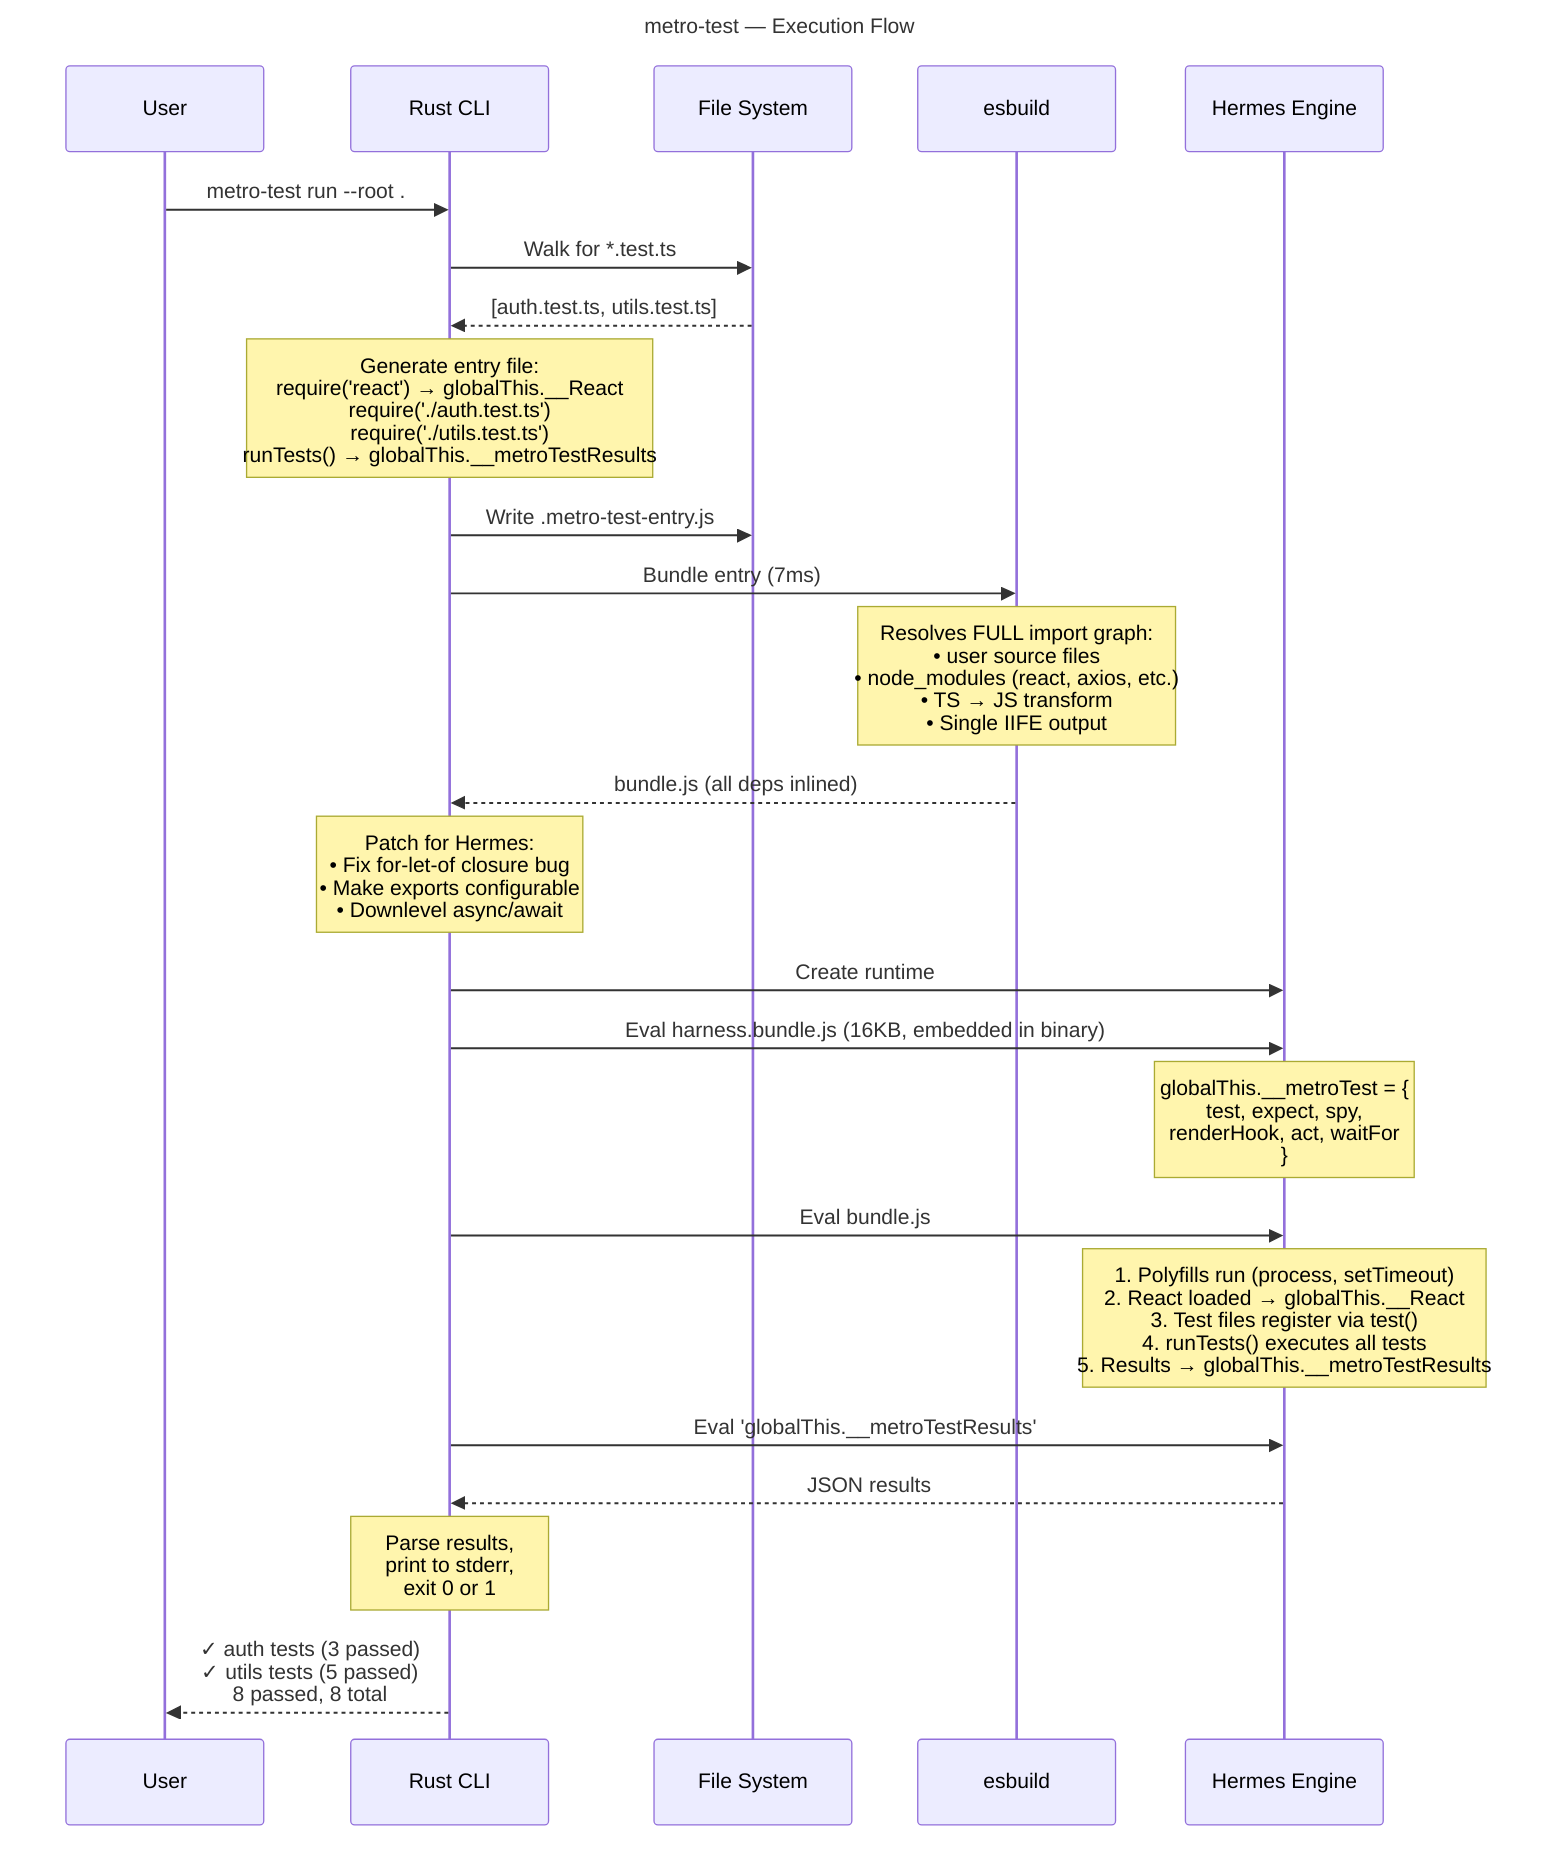
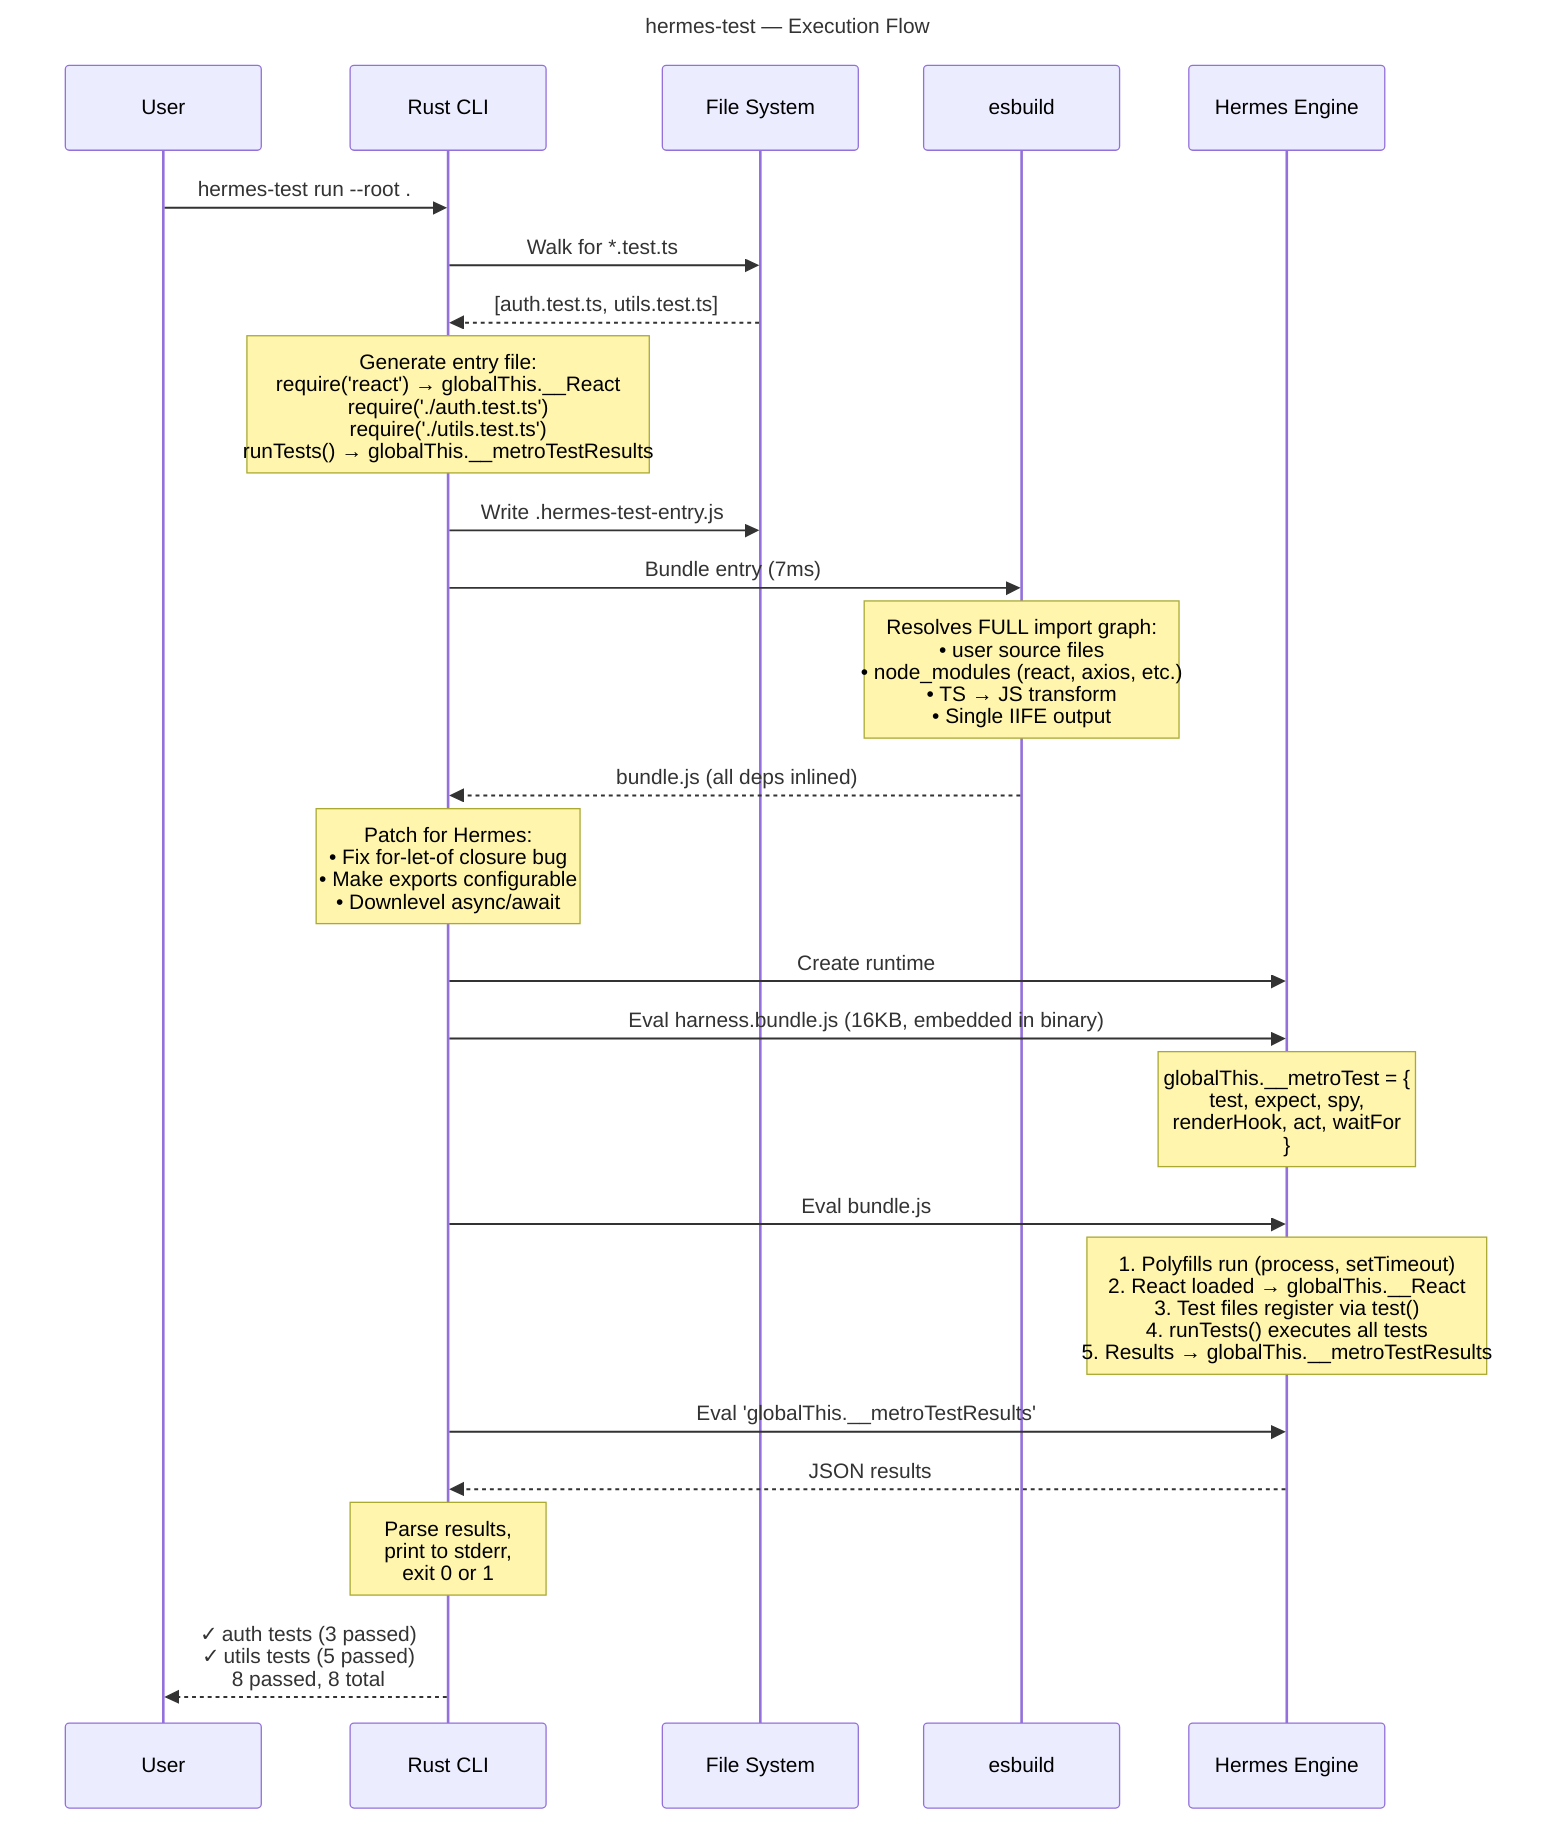
---
- title: metro-test — Execution Flow
+ title: hermes-test — Execution Flow
---
sequenceDiagram
    participant User as User
    participant CLI as Rust CLI
    participant FS as File System
    participant ESB as esbuild
    participant Hermes as Hermes Engine

-     User->>CLI: metro-test run --root .
+     User->>CLI: hermes-test run --root .
    CLI->>FS: Walk for *.test.ts
    FS-->>CLI: [auth.test.ts, utils.test.ts]

    Note over CLI: Generate entry file:<br/>require('react') → globalThis.__React<br/>require('./auth.test.ts')<br/>require('./utils.test.ts')<br/>runTests() → globalThis.__metroTestResults

-     CLI->>FS: Write .metro-test-entry.js
+     CLI->>FS: Write .hermes-test-entry.js
    CLI->>ESB: Bundle entry (7ms)

    Note over ESB: Resolves FULL import graph:<br/>• user source files<br/>• node_modules (react, axios, etc.)<br/>• TS → JS transform<br/>• Single IIFE output

    ESB-->>CLI: bundle.js (all deps inlined)

    Note over CLI: Patch for Hermes:<br/>• Fix for-let-of closure bug<br/>• Make exports configurable<br/>• Downlevel async/await

    CLI->>Hermes: Create runtime
    CLI->>Hermes: Eval harness.bundle.js (16KB, embedded in binary)

    Note over Hermes: globalThis.__metroTest = {<br/>  test, expect, spy,<br/>  renderHook, act, waitFor<br/>}

    CLI->>Hermes: Eval bundle.js

    Note over Hermes: 1. Polyfills run (process, setTimeout)<br/>2. React loaded → globalThis.__React<br/>3. Test files register via test()<br/>4. runTests() executes all tests<br/>5. Results → globalThis.__metroTestResults

    CLI->>Hermes: Eval 'globalThis.__metroTestResults'
    Hermes-->>CLI: JSON results

    Note over CLI: Parse results,<br/>print to stderr,<br/>exit 0 or 1

    CLI-->>User: ✓ auth tests (3 passed)<br/>✓ utils tests (5 passed)<br/>8 passed, 8 total
